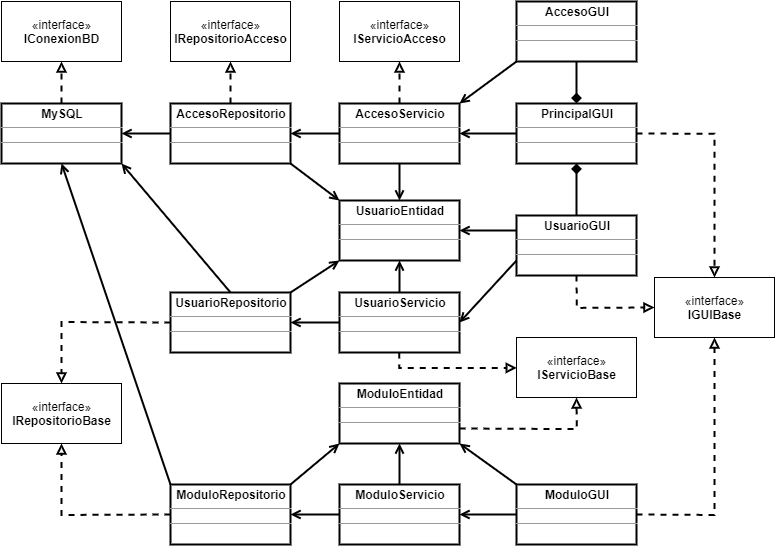
FernandoCalmet/java-login-layered-skeletor keeps this draw.io diagram as diagramas/Diagrama-Clases.png. Above is the earlier version. Source tidied: cells renumbered, new cells last; positions are measured from the earlier drawing's top-left corner, leaving out a move shared by most shapes.
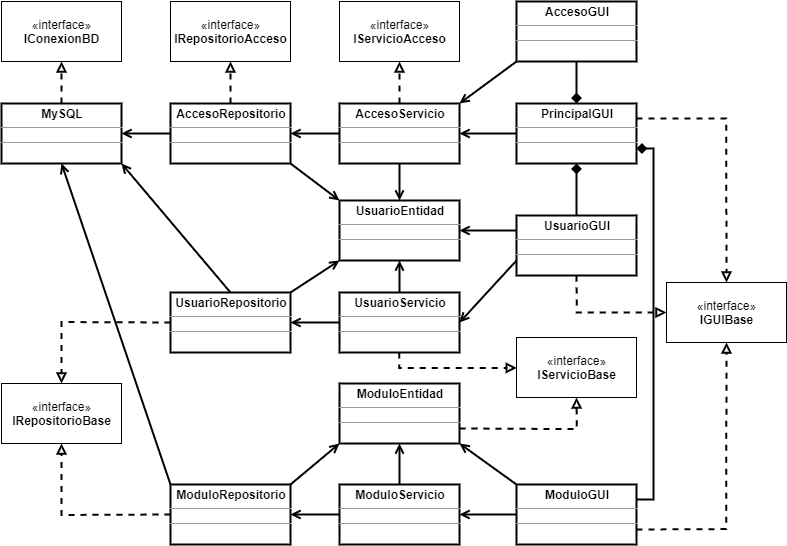
After the commit.

Change to the diagram source:
```diff
@@ -116,7 +116,7 @@
     <mxCell id="39" style="rounded=0;jettySize=auto;html=1;entryX=0.5;entryY=1;entryDx=0;entryDy=0;dashed=1;endArrow=block;endFill=0;strokeColor=#000000;strokeWidth=2;fontSize=10;exitX=0;exitY=0.5;exitDx=0;exitDy=0;edgeStyle=orthogonalEdgeStyle;" parent="1" edge="1" source="25" target="14">
       <mxGeometry relative="1" as="geometry" />
     </mxCell>
-    <mxCell id="40" style="rounded=0;jettySize=auto;html=1;dashed=1;endArrow=block;endFill=0;strokeColor=#000000;strokeWidth=2;fontSize=10;exitX=1;exitY=0.5;exitDx=0;exitDy=0;entryX=0.5;entryY=1;entryDx=0;entryDy=0;edgeStyle=orthogonalEdgeStyle;" parent="1" edge="1" source="30" target="49">
+    <mxCell id="40" style="rounded=0;jettySize=auto;html=1;dashed=1;endArrow=block;endFill=0;strokeColor=#000000;strokeWidth=2;fontSize=10;exitX=1;exitY=0.75;exitDx=0;exitDy=0;entryX=0.5;entryY=1;entryDx=0;entryDy=0;edgeStyle=orthogonalEdgeStyle;" parent="1" edge="1" source="30" target="49">
       <mxGeometry relative="1" as="geometry" />
     </mxCell>
     <mxCell id="41" style="rounded=0;jettySize=auto;html=1;entryX=0;entryY=0.5;entryDx=0;entryDy=0;dashed=1;endArrow=block;endFill=0;strokeColor=#000000;strokeWidth=2;fontSize=10;exitX=0.5;exitY=1;exitDx=0;exitDy=0;edgeStyle=orthogonalEdgeStyle;" parent="1" edge="1" source="32" target="49">
@@ -148,10 +148,18 @@
       <mxGeometry relative="1" as="geometry" />
     </mxCell>
     <mxCell id="49" value="«interface»&lt;br style=&quot;font-size: 12px&quot;&gt;&lt;b style=&quot;font-size: 12px&quot;&gt;IGUIBase&lt;/b&gt;" style="html=1;fontSize=12;" parent="1" vertex="1">
-      <mxGeometry x="653" y="276" width="120" height="60" as="geometry" />
+      <mxGeometry x="665" y="281" width="120" height="60" as="geometry" />
     </mxCell>
-    <mxCell id="50" style="rounded=0;jettySize=auto;html=1;dashed=1;endArrow=block;endFill=0;strokeColor=#000000;strokeWidth=2;fontSize=10;exitX=1;exitY=0.5;exitDx=0;exitDy=0;entryX=0.5;entryY=0;entryDx=0;entryDy=0;edgeStyle=orthogonalEdgeStyle;" parent="1" edge="1" source="10" target="49">
+    <mxCell id="50" style="rounded=0;jettySize=auto;html=1;dashed=1;endArrow=block;endFill=0;strokeColor=#000000;strokeWidth=2;fontSize=10;exitX=1;exitY=0.25;exitDx=0;exitDy=0;entryX=0.5;entryY=0;entryDx=0;entryDy=0;edgeStyle=orthogonalEdgeStyle;" parent="1" edge="1" source="10" target="49">
       <mxGeometry relative="1" as="geometry" />
     </mxCell>
+    <mxCell id="51" style="edgeStyle=none;rounded=0;jettySize=auto;html=1;entryX=1;entryY=0.75;entryDx=0;entryDy=0;endArrow=diamond;endFill=1;strokeColor=#000000;strokeWidth=2;fontSize=10;startArrow=none;startFill=0;exitX=1;exitY=0.25;exitDx=0;exitDy=0;" parent="1" edge="1" source="30" target="10">
+      <mxGeometry relative="1" as="geometry">
+        <Array as="points">
+          <mxPoint x="652" y="498" />
+          <mxPoint x="652" y="147" />
+        </Array>
+      </mxGeometry>
+    </mxCell>
   </root>
 </mxGraphModel>
```
